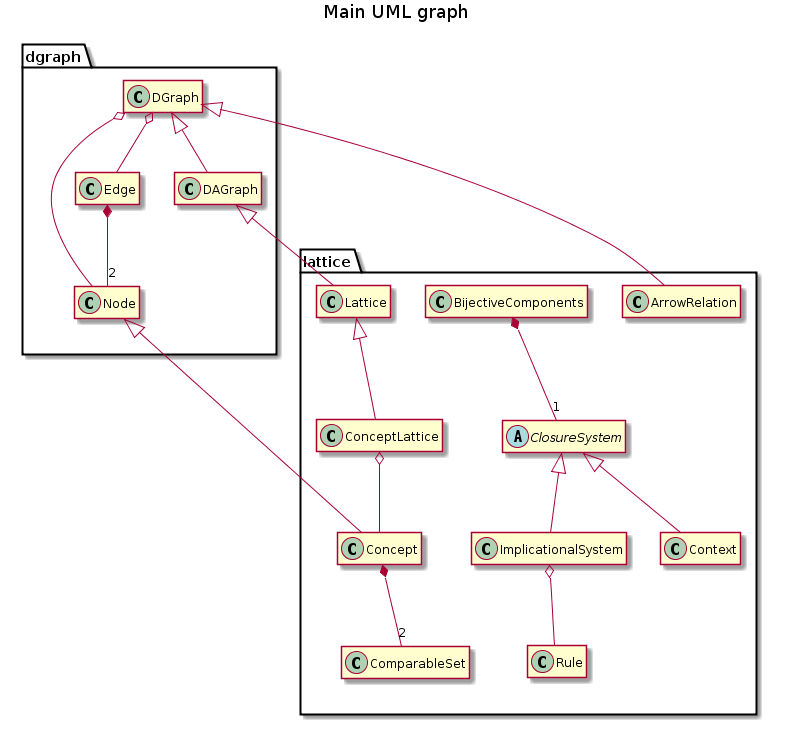
The PlantUML diagram api/UML.png in EstrellaRL/java-lattices, before a commit. The source it was exported from:
```plantuml
@startuml UML.png
title Main UML graph

package dgraph {
    class DGraph {
        -TreeSet<Node> nodes
        -TreeMap<Node, TreeSet<Edge>> successors
        -TreeMap<Node, TreeSet<Edge>> predecessors
        .. Constructors ..
        +DGraph()
        +DGraph(final Set<Node> set)
        +DGraph(final DGraph graph)
        .. Generators ..
        +{static}DGraph random(int size, double threshold)
        +{static}DGraph random(int size)
        .. Accessors ..
        +int sizeNodes()
        +int sizeEdges()
        +SortedSet<Node> getNodes()
        +SortedSet<Edge> getEdges()
        +SortedSet<Edge> getSuccessorEdges(final Node node)
        +SortedSet<Edge> getPredecessorEdges(final Node node)
        +TreeSet<Node> getSuccessorNodes(final Node node)
        +TreeSet<Node> getPredecessorNodes(final Node node)
        +Edge getEdge(final Node from, final Node to)
        +Node getNode(final Object search)
        +Node getNodeByContent(final Object content)
        +Node getNodeByIdentifier(int identifier)
        +TreeSet<Node> getSinks()
        +TreeSet<Node> getWells()
        #TreeMap<Node, TreeSet<Edge>> getSuccessors()
        #TreeMap<Node, TreeSet<Edge>> getPredecessors()
        .. Mutators ..
        #DGraph setNodes(final TreeSet<Node> nodes)
        #DGraph setSuccessors(final TreeMap<Node, TreeSet<Edge>> successors)
        #DGraph setPredecessors(final TreeMap<Node, TreeSet<Edge>> predecessors)
        .. Predicates ..
        +boolean containsNode(final Node node)
        +boolean containsEdge(final Node from, final Node to)
        +boolean containsEdge(final Edge edge)
        +boolean isAcyclic()
        .. Transformers ..
        +String toString()
        .. Persistence ..
        +void writeDot(final String filename)
        .. Operations ..
        +boolean addNode(final Node node)
        +boolean addEdge(final Node from, final Node to, final Object content)
        +boolean addEdge(final Node from, final Node to)
        +boolean addEdge(final Edge edge)
        +boolean removeNode(final Node node)
        +boolean removeNodes(final Set<Node> nodes)
        +boolean removeEdge(final Node from, final Node to)
        +boolean removeEdge(final Edge edge)
        +ArrayList<Node> topologicalSort()
        +DGraph getSubgraphByNodes(final Set<Node> nodes)
        +DGraph getSubgraphByEdges(final Set<Edge> edges)
        +void complementary()
        +int reflexiveReduction()
        +int reflexiveClosure()
        +int transitiveClosure()
        +ArrayList<Node>[] depthFirstSearch(Node source, TreeSet<Node> visited, ArrayList<Node> sort)
        +ArrayList<Node>[] depthFirstSearch()
        +void transpose()
        +DAGraph getStronglyConnectedComponent()
    }

    DGraph o-- Node
    DGraph o-- Edge
}
package dgraph {
    class Edge {
        -Node from
        -Node to
        -Object content
        .. Constructors ..
        +Edge(final Node from, final Node to, final Object content)
        +Edge(final Node from, final Node to)
        .. Accessors ..
        +Node getFrom()
        +Node getTo()
        +Object getContent()
        .. Mutators ..
        +Edge setContent(final Object content)
        .. Predicates ..
        +boolean hasContent()
        .. Transformers ..
        +String toString()
        +String toDot()
        .. Comparators ..
        +int compareTo(final Object object)
    }

    Edge *-- "2" Node
}
package dgraph {
    class DAGraph {
        .. Constructors ..
        +DAGraph()
        +DAGraph(final Set<Node> set)
        +DAGraph(final DGraph graph)
        .. Generators ..
        +{static}DAGraph divisors(int number)
        +{static}DAGraph random(int size, double threshold)
        +{static}DAGraph random(int size)
        .. Operations ..
        +TreeSet<Node> min()
        +TreeSet<Node> max()
        +TreeSet<Node> majorants(final Node node)
        +TreeSet<Node> minorants(final Node node)
        +DAGraph filter(final Node node)
        +DAGraph ideal(final Node node)
        +DAGraph getSubgraphByNodes(final Set<Node> nodes)
        +int transitiveReduction()
        +int transitiveClosure()
    }

    DGraph <|-- DAGraph
}
package dgraph {
    class Node {
        -int identifier
        -Object content
        -{static} int count = 0
        .. Constructors ..
        +Node(final Object content)
        +Node()
        +Node(final Node node)
        .. Creators ..
        +Node copy()
        .. Accessors ..
        +int getIdentifier()
        +Object getContent()
        .. Transformers ..
        +String toString()
        +String toDot()
        .. Comparators ..
        +boolean equals(final Object object)
        +int hashCode()
        +int compareTo(final Object object)
    }
}
package lattice {
    class ComparableSet {
        .. Constructors ..
        +ComparableSet()
        +ComparableSet(TreeSet<Comparable> set)
        .. Transformers ..
        +String toFile()
        .. Generators ..
        +ComparableSet copy()
        .. Comparators ..
        +boolean equals(Object object)
        +int hashCode()
        +int compareTo(Object object)
    }
}
package lattice {
    class Concept {
        -ComparableSet setA
        -ComparableSet setB
        .. Constructors ..
        +Concept(TreeSet<Comparable> setA, TreeSet<Comparable> setB)
        +Concept(boolean setA, boolean setB)
        +Concept(TreeSet<Comparable> setA, boolean setB)
        +Concept(boolean setA, TreeSet<Comparable> setB)
        +Concept(Concept c)
        .. Generators ..
        +Concept copy()
        .. Predicates ..
        +boolean hasSetB()
        +boolean hasSetA()
        +boolean containsInA(Comparable x)
        +boolean containsInB(Comparable x)
        +boolean containsAllInA(TreeSet x)
        +boolean containsAllInB(TreeSet x)
        .. Accessors ..
        +TreeSet<Comparable> getSetA()
        +TreeSet<Comparable> getSetB()
        .. Operations ..
        +void putSetB(ComparableSet x)
        +void putSetA(ComparableSet x)
        +boolean addToA(Comparable x)
        +boolean addToB(Comparable x)
        +boolean addAllToA(TreeSet x)
        +boolean addAllToB(TreeSet x)
        +boolean removeFromA(Comparable x)
        +boolean removeFromB(Comparable x)
        +boolean removeAllFromA(TreeSet x)
        +boolean removeAllFromB(TreeSet x)
        .. Transformers ..
        +String toString()
        +String toDot()
        .. Comparators ..
        +int hashCode()
        +boolean equals(Object o)
        .. Successors computation ..
        +ArrayList<TreeSet<Comparable>> immediateSuccessorsLOA(Context init)
        -int count(Context init, TreeSet<Comparable> attributes)
        +ArrayList<TreeSet<Comparable>> immediateSuccessors(ClosureSystem init)
    }

    Node <|-- Concept

    Concept *-- "2" ComparableSet
}
package lattice {
    class ConceptLattice {
        .. Constructors ..
        +ConceptLattice()
        +ConceptLattice(TreeSet<Concept> set)
        +ConceptLattice(Lattice lattice)
        .. Modifiers ..
        +boolean addNode(Node n)
        +boolean addEdge(Node from, Node to)
        +boolean removeAllSetA()
        +boolean removeAllSetB()
        +boolean initializeSetAForJoin()
        +boolean initializeSetBForMeet()
        +boolean makeInclusionReduction()
        +boolean makeIrreduciblesReduction()
        +boolean makeEdgeValuation()
        .. Predicates ..
        +boolean containsConcepts()
        +boolean isConceptLattice()
        +boolean containsAllSetA()
        +boolean containsAllSetB()
        .. Generators ..
        +ConceptLattice copy()
        .. Lattices generators ..
        +Lattice getJoinReduction()
        +Lattice getMeetReduction()
        +Lattice getIrreduciblesReduction()
        +{static} ConceptLattice idealsLattice(DAGraph dag)
        +{static} ConceptLattice completeLattice(ClosureSystem init)
        +{static} ConceptLattice diagramLattice(ClosureSystem init)
        +void recursiveDiagramLattice(Concept n, ClosureSystem init)
        +Vector<TreeSet<Comparable>> immediateSuccessors(Node n, ClosureSystem init)
    }

    Lattice <|-- ConceptLattice
    ConceptLattice o-- Concept
}
package lattice {
    class Context {
        -TreeSet<Comparable> observations
        -TreeSet<Comparable> attributes
        -TreeMap<Comparable, TreeSet<Comparable>> intent
        -TreeMap<Comparable, TreeSet<Comparable>> extent
        -BitSet bitsetAttributes
        -BitSet bitsetObservations
        -TreeMap<Comparable, BitSet> bitsetIntent
        -TreeMap<Comparable, BitSet> bitsetExtent
        -ArrayList<Comparable> arrayObservations
        -ArrayList<Comparable> arrayAttributes
        .. Constructors ..
        +Context()
        +Context(Context context)
        +Context(String filename)
        +Context(String filename, int thresholdBinary)
        +Context(String link, TreeSet<String> filesname, int thresholdBinary)
        +Context(TreeSet<String> linkFilesName, int thresholdBinary)
        .. Generators ..
        {static}+Context random(int nbObs, int nbGrp, int nbAttrPerGrp)
        .. Accessors ..
        +TreeSet<Comparable> getAttributes()
        +TreeSet<Comparable> getObservations()
        +TreeSet<Comparable> getIntent(Comparable obs)
        +TreeSet<Comparable> getIntent(TreeSet<Comparable> set)
        +TreeSet<Comparable> getExtent(Comparable att)
        +TreeSet<Comparable> getExtent(TreeSet<Comparable> set)
        +int getExtentNb(TreeSet<Comparable> set)
        +TreeMap<Comparable, TreeSet<Comparable>> attributesReduction()
        +TreeMap<Comparable, TreeSet<Comparable>> observationsReduction()
        +Context getReverseContext()
        +TreeSet<Comparable> getSet()
        +TreeSet<Comparable> getExtentUnion(TreeSet<Comparable> set)
        .. Predicates ..
        +boolean containsAttribute(Comparable att)
        +boolean containsAllAttributes(TreeSet<Comparable> set)
        +boolean containsObservation(Comparable obs)
        +boolean containsAllObservations(TreeSet<Comparable> set)
        +boolean containAsIntent(Comparable obs, Comparable att)
        +boolean containAsExtent(Comparable att, Comparable obs)
        .. Operations ..
        +boolean addToAttributes(Comparable att)
        +boolean addAllToAttributes(TreeSet<Comparable> set)
        +boolean removeFromAttributes(Comparable att)
        +boolean addToObservations(Comparable obs)
        +boolean addAllToObservations(TreeSet<Comparable> set)
        +boolean removeFromObservations(Comparable obs)
        +void setBitSets()
        -void setMaps()
        -void setBitSetsIntentExtent()
        +boolean addExtentIntent(Comparable obs, Comparable att)
        +boolean removeExtentIntent(Comparable obs, Comparable att)
        +TreeMap<Comparable, TreeSet<Comparable>> reduction()
        +void reverse()
        +TreeSet<Comparable> closure(TreeSet<Comparable> set)
        +ComparableSet inverseClosure(ComparableSet set)
        +ConceptLattice conceptLattice(boolean  diagram)
        .. Transformers ..
        String toString()
        void toFile(String filename)
    }

    ClosureSystem <|-- Context
}
package lattice {
    class ArrowRelation {
        .. Constructors ..
        +ArrowRelation(Lattice lattice)
        .. Transformers ..
        +void writeLaTex(String filename)
    }

    DGraph <|-- ArrowRelation
}
package lattice {
    class ClosureSystem {
        +{abstract} TreeSet<Comparable> getSet()
        +{abstract} TreeSet<Comparable> closure(TreeSet<Comparable> set)
        +{abstract} void toFile(String file)

        +ConceptLattice closedSetLattice(boolean  diagram)
        +Vector<Concept> allClosures()
        +Concept nextClosure(Concept cl)
        +DGraph precedenceGraph()
        +TreeMap<Object, TreeSet> getReducibleElements()
    }

    abstract class ClosureSystem
}
package lattice {
    class Lattice {
        -DGraph dependencyGraph
        .. Constructors ..
        +Lattice()
        +Lattice(TreeSet<Node> set)
        +Lattice(DAGraph graph)
        .. Predicates ..
        +boolean isLattice()
        .. Operations ..
        +Node top()
        +Node bottom()
        +Node meet(Node x, Node y)
        +Node join(Node x, Node y)

        +TreeSet<Node> joinIrreducibles()
        +TreeSet<Node> meetIrreducibles()
        +TreeSet<Comparable> joinIrreducibles(Node n)
        +TreeSet<Comparable> meetIrreducibles(Node n)
        +DAGraph joinIrreduciblesSubgraph()
        +DAGraph meetIrreduciblesSubgraph()
        +DAGraph irreduciblesSubgraph()
        +ConceptLattice joinClosure()
        +ConceptLattice meetClosure()
        +ConceptLattice irreducibleClosure()
        +Context getTable()
        +IS getIS()

        +DGraph getDependencyGraph()
        #setDependencyGraph(DGraph graph)
        #hasDependencyGraph()
        +IS getCanonicalDirectBasis()
        +TreeSet getMinimalGenerators()
        +DGraph arrowRelation()
    }

    DAGraph <|-- Lattice
}

package lattice {
    class Rule {
        -ComparableSet premise
        -ComparableSet conclusion
        .. Constructors ..
        +Rule()
        +Rule(TreeSet<Comparable> premise, TreeSet<Comparable> conclusion)
        .. Accessors ..
        +TreeSet<Comparable> getPremise()
        +TreeSet<Comparable> getConclusion()
        .. Operations ..
        +boolean addToPremise(Comparable a)
        +boolean removeFromPremise(Comparable a)
        +boolean addToConclusion(Comparable a)
        +boolean removeFromConclusion(Object a)
        +boolean addAllToPremise(Collection<Comparable> a)
        +boolean removeAllFromPremise(Collection<Comparable> a)
        +boolean addAllToConclusion(Collection<Comparable> a)
        +boolean removeAllFromConclusion(Collection<Comparable> a)
        .. Transformers ..
        +String toString()
        +String toFile()
        .. Comparators ..
        +int hashCode()
        +boolean equals(Object o)
        +int compareTo(Object o)
    }
}
package lattice {
    class BijectiveComponents {
        -ClosureSystem init
        -ConceptLattice lattice
        -Lattice reducedLattice
        -DGraph dependencyGraph
        -TreeSet<ComparableSet> minimalGenerators
        -IS canonicalDirectBasis
        -IS canonicalBasis
        -Context table
        .. Constructors ..
        +BijectiveComponents(ClosureSystem init)
        .. Initialisation ..
        +long initialize()
        .. Persistence ..
        +void save(String directory, String name)
        .. Accessors ..
        +ClosureSystem getInit()
        +ConceptLattice getLattice()
        +Lattice getReducedLattice()
        +DGraph getDependencyGraph()
        +TreeSet<ComparableSet> getMinimalGenerators()
        +IS getCanonicalDirectBasis()
        +IS getCanonicalBasis()
        +Context getTable()
        .. Mutators ..
        #void setInit(ClosureSystem init)
        #void setLattice(ConceptLattice lattice)
        #void setReducedLattice(Lattice reducedLattice)
        #void setDependencyGraph(DGraph dependencyGraph)
        #void setMinimalGenerators(TreeSet<ComparableSet> minimalGenerators)
        #void setCanonicalDirectBasis(IS canonicalDirectBasis)
        #void setCanonicalBasis(IS canonicalBasis)
        #void setTable(Context table)
    }

    BijectiveComponents *-- "1" ClosureSystem
}
package lattice {
    class ImplicationalSystem {
        -TreeSet<Rule> sigma
        -TreeSet<Comparable> set
        .. Constructors ..
        +ImplicationalSystem()
        +ImplicationalSystem(Collection<Rule> sigma)
        +ImplicationalSystem(ImplicationalSystem s)
        +ImplicationalSystem(String filename)
        .. Generators ..
        {static}+ImplicationalSystem random(int nbS, int nbR)
        .. Accessors ..
        +TreeSet<Rule> getRules()
        +TreeSet<Comparable> getSet()
        +int nbElements()
        +nbRules()
        .. Modifications ..
        +boolean addElement(Comparable e)
        +boolean addAllElements(TreeSet<Comparable> x)
        +boolean deleteElement(Comparable e)
        +boolean addRule(Rule r)
        +boolean removeRule(Rule r)
        +boolean replaceRule(Rule r1, Rule r2)
        .. Predicates ..
        +boolean checkRuleElements(Rule r)
        +boolean containsRule(Rule r)
        +boolean isProper()
        +boolean isUnary()
        +boolean isCompact()
        +boolean isRightMaximal()
        +boolean isLeftMinimal()
        +boolean isDirect()
        +boolean isMinimum()
        +boolean isCanonicalDirectBasis()
        +boolean isCanonicalBasis()
        +boolean isIncludedIn(ImplicationalSystem is)
        +boolean isReduced()
        .. Transformers ..
        +String toString()
        +void toFile(String filename)
        .. Operations ..
        +int makeProper()
        +int makeUnary()
        +int makeCompact()
        +int makeRightMaximal()
        +int makeLeftMinimal()
        +int makeDirect()
        +int makeMinimum()
        +int makeCanonicalDirectBasis()
        +int makeCanonicalBasis()
        +DGraph representativeGraph()
        +DGraph dependencyGraph()
        +TreeMap<Comparable, TreeSet<Comparable>> reduction()
        +TreeSet<Comparable> closure(TreeSet<Comparable> x)
    }


    ClosureSystem <|-- ImplicationalSystem
    ImplicationalSystem o-- Rule
}


hide members
@enduml
```
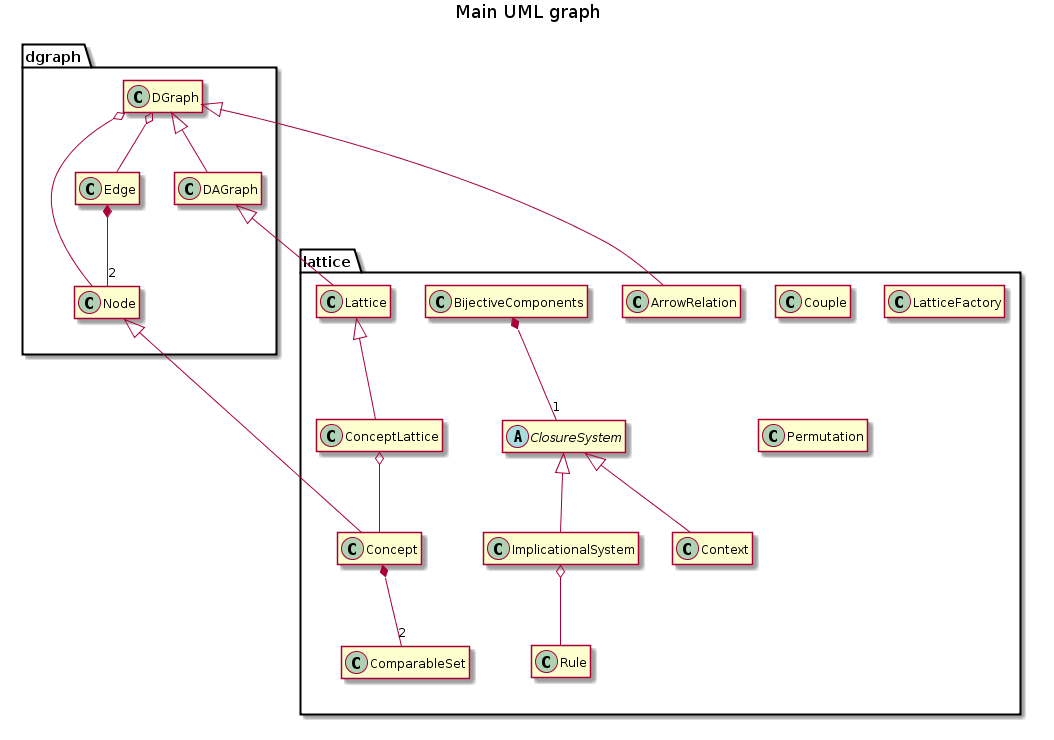
Above is the later version.

What changed in the source:
```diff
@@ -497,6 +497,58 @@
     ImplicationalSystem o-- Rule
 }
 
+package lattice {
+    class Couple {
+        -Object left
+        -Object right
+        .. Constructors ..
+        +Couple(Object l, Object r)
+        .. Accessors ..
+        +Object getLeft()
+        +Object getRight()
+        .. Mutators ..
+        +void setLeft(Object left)
+        +void setRight(Object right)
+        .. Transformers ..
+        +String toString()
+        .. Predicates ..
+        +boolean equals(Couple c)
+        +int hashCode()
+    }
+}
+package lattice {
+    class LatticeFactory {
+        .. Constructor ..
+        +LatticeFactory()
+        .. Generators ..
+        {static}+Lattice random(int nb)
+        {static}+Lattice booleanAlgebra(int nb)
+        {static}+Lattice permutationLattice(int n)
+        {static}+Lattice product(Lattice L, Lattice R)
+        .. Operations ..
+        {static}-recursiveBooleanAlgebra(Node node, Lattice l, int n)
+        {static}-recursivePermutationLattice(Node node, Lattice l, int n)
+    }
+}
+package lattice {
+    class Permutation {
+        -int length
+        -int[] content
+        .. Constructors ..
+        +Permutation(int n)
+        .. Accessors ..
+        +int getLength()
+        +int[] getContent()
+        .. Mutators ..
+        +boolean setLength()
+        +void setContent()
+        .. Transformers ..
+        +String toString()
+        .. Predicates ..
+        +boolean equals(Permutation s)
+        +int hashCode()
+    }
+}
 
 hide members
 @enduml
```
